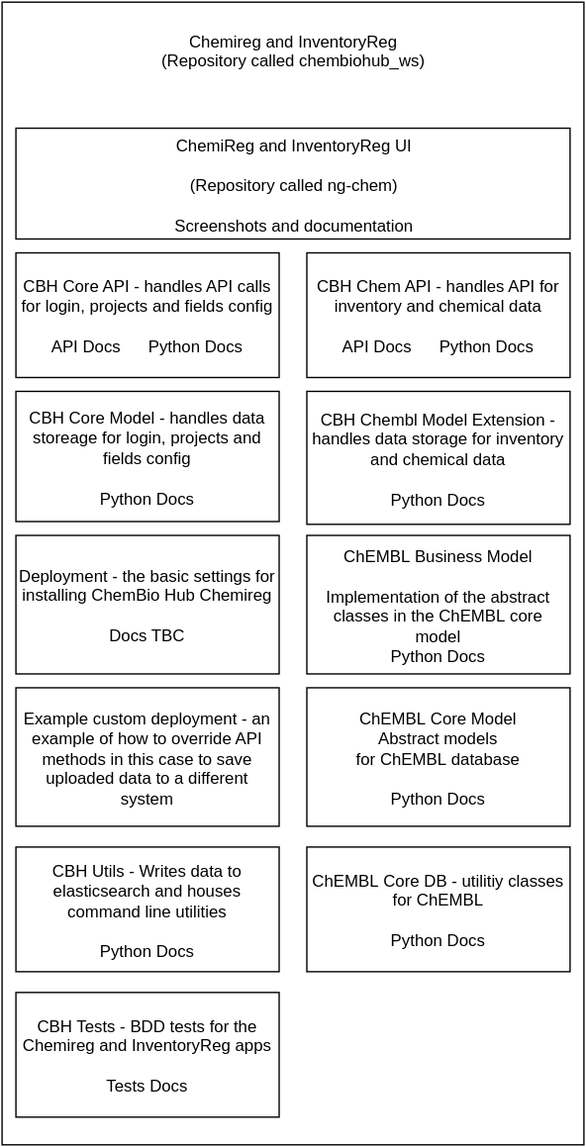
Before: assets/Chembiohub_ws.svg, a diagram exported from draw.io (ShowYourWorking/sample-site). Source tidied: cells renumbered, new cells last; positions are measured from the earlier drawing's top-left corner, leaving out a move shared by most shapes.
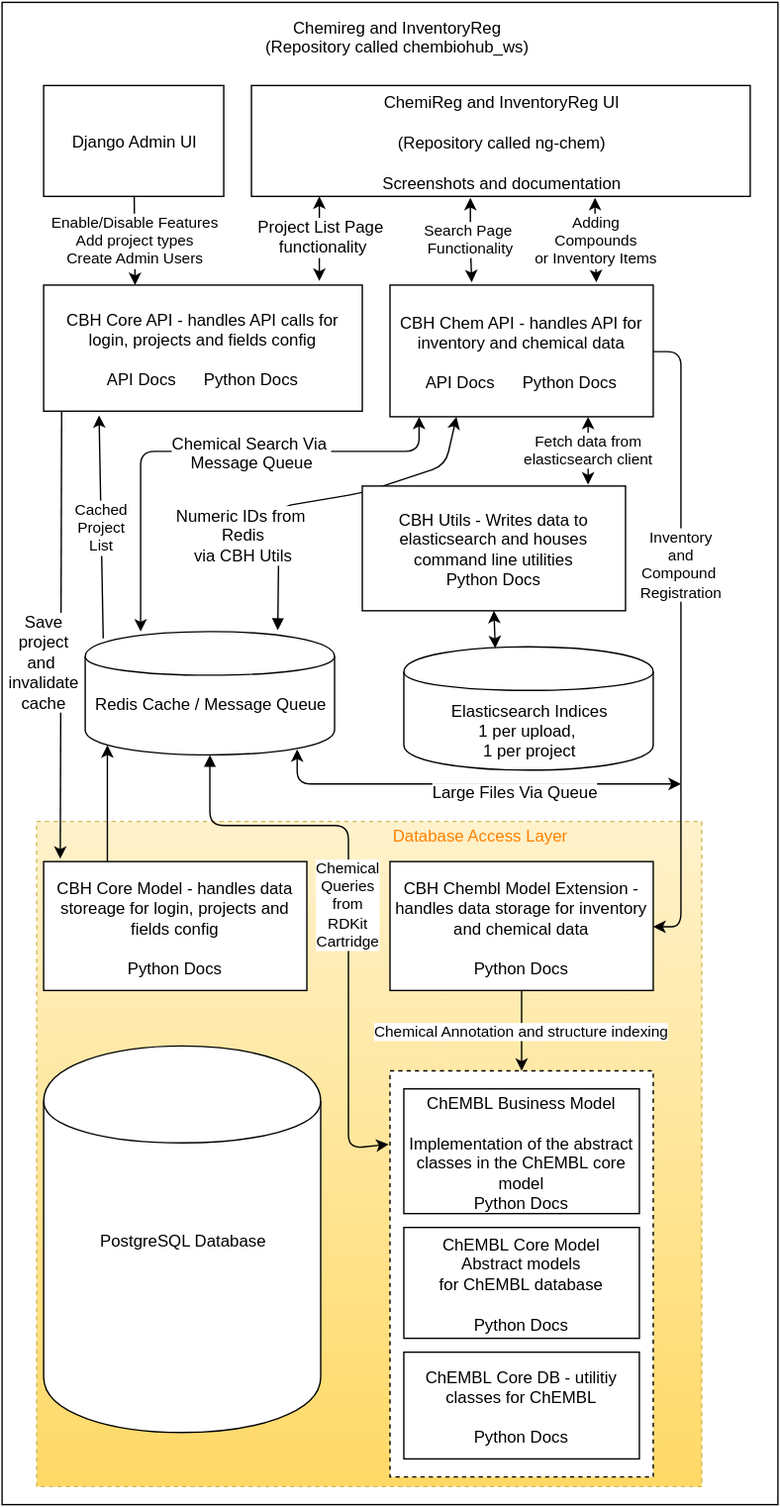
After the commit.

What changed in the source:
```diff
@@ -2,53 +2,206 @@
   <root>
     <mxCell id="0" />
     <mxCell id="1" parent="0" />
-    <mxCell id="2" value="&lt;div&gt;&lt;br&gt;&lt;/div&gt;&lt;div&gt;&lt;br&gt;&lt;/div&gt;&lt;div&gt;&lt;br&gt;&lt;/div&gt;&lt;div&gt;&lt;br&gt;&lt;/div&gt;&lt;div&gt;&lt;br&gt;&lt;/div&gt;&lt;div&gt;&lt;br&gt;&lt;/div&gt;&lt;div&gt;&lt;br&gt;&lt;/div&gt;&lt;div&gt;&lt;br&gt;&lt;/div&gt;&lt;div&gt;&lt;br&gt;&lt;/div&gt;&lt;div&gt;&lt;br&gt;&lt;/div&gt;&lt;div&gt;&lt;br&gt;&lt;/div&gt;&lt;div&gt;&lt;br&gt;&lt;/div&gt;&lt;div&gt;&lt;br&gt;&lt;/div&gt;&lt;div&gt;&lt;br&gt;&lt;/div&gt;&lt;div&gt;&lt;br&gt;&lt;/div&gt;&lt;div&gt;&lt;br&gt;&lt;/div&gt;&lt;div&gt;&lt;br&gt;&lt;/div&gt;&lt;div&gt;&lt;br&gt;&lt;/div&gt;&lt;div&gt;&lt;br&gt;&lt;/div&gt;&lt;div&gt;&lt;br&gt;&lt;/div&gt;&lt;div&gt;&lt;br&gt;&lt;/div&gt;&lt;div&gt;&lt;br&gt;&lt;/div&gt;&lt;div&gt;&lt;br&gt;&lt;/div&gt;&lt;div&gt;&lt;br&gt;&lt;/div&gt;&lt;div&gt;&lt;br&gt;&lt;/div&gt;&lt;div&gt;&lt;br&gt;&lt;/div&gt;&lt;div&gt;&lt;br&gt;&lt;/div&gt;&lt;div&gt;&lt;br&gt;&lt;/div&gt;&lt;div&gt;&lt;br&gt;&lt;/div&gt;&lt;div&gt;&lt;br&gt;&lt;/div&gt;" style="whiteSpace=wrap;html=1;" parent="1" vertex="1">
-      <mxGeometry width="420" height="825" as="geometry" />
-    </mxCell>
+    <mxCell id="17" value="&lt;div&gt;&lt;br&gt;&lt;/div&gt;&lt;div&gt;&lt;br&gt;&lt;/div&gt;&lt;div&gt;&lt;br&gt;&lt;/div&gt;&lt;div&gt;&lt;br&gt;&lt;/div&gt;&lt;div&gt;&lt;br&gt;&lt;/div&gt;&lt;div&gt;&lt;br&gt;&lt;/div&gt;&lt;div&gt;&lt;br&gt;&lt;/div&gt;&lt;div&gt;&lt;br&gt;&lt;/div&gt;&lt;div&gt;&lt;br&gt;&lt;/div&gt;&lt;div&gt;&lt;br&gt;&lt;/div&gt;&lt;div&gt;&lt;br&gt;&lt;/div&gt;&lt;div&gt;&lt;br&gt;&lt;/div&gt;&lt;div&gt;&lt;br&gt;&lt;/div&gt;&lt;div&gt;&lt;br&gt;&lt;/div&gt;&lt;div&gt;&lt;br&gt;&lt;/div&gt;&lt;div&gt;&lt;br&gt;&lt;/div&gt;&lt;div&gt;&lt;br&gt;&lt;/div&gt;&lt;div&gt;&lt;br&gt;&lt;/div&gt;&lt;div&gt;&lt;br&gt;&lt;/div&gt;&lt;div&gt;&lt;br&gt;&lt;/div&gt;&lt;div&gt;&lt;br&gt;&lt;/div&gt;&lt;div&gt;&lt;br&gt;&lt;/div&gt;&lt;div&gt;&lt;br&gt;&lt;/div&gt;&lt;div&gt;&lt;br&gt;&lt;/div&gt;&lt;div&gt;&lt;br&gt;&lt;/div&gt;&lt;div&gt;&lt;br&gt;&lt;/div&gt;&lt;div&gt;&lt;br&gt;&lt;/div&gt;&lt;div&gt;&lt;br&gt;&lt;/div&gt;&lt;div&gt;&lt;br&gt;&lt;/div&gt;&lt;div&gt;&lt;br&gt;&lt;/div&gt;" style="whiteSpace=wrap;html=1;" parent="1" vertex="1">
+      <mxGeometry x="-10" width="560" height="1084" as="geometry" />
+    </mxCell>
+    <mxCell id="18" style="whiteSpace=wrap;html=1;dashed=1;plain-yellow;" parent="1" vertex="1">
+      <mxGeometry x="15" y="591" width="480" height="480" as="geometry" />
+    </mxCell>
+    <mxCell id="19" style="whiteSpace=wrap;html=1;dashed=1;" parent="1" vertex="1">
+      <mxGeometry x="270" y="771" width="190" height="293" as="geometry" />
+    </mxCell>
     <mxCell id="3" value="ChemiReg and InventoryReg UI&lt;div&gt;&lt;br&gt;&lt;/div&gt;&lt;div&gt;(Repository called ng-chem)&lt;/div&gt;&lt;div&gt;&lt;br&gt;&lt;/div&gt;&lt;div style=&quot;text-align: left&quot;&gt;&lt;a href=&quot;http://showyourworking.github.io/docs/#/api&quot;&gt;Screenshots and documentation&lt;/a&gt;&lt;br&gt;&lt;/div&gt;" style="whiteSpace=wrap;html=1;" parent="1" vertex="1">
-      <mxGeometry x="10" y="91" width="400" height="80" as="geometry" />
+      <mxGeometry x="170" y="60" width="360" height="80" as="geometry" />
     </mxCell>
     <mxCell id="4" value="CBH Core API - handles API calls for login, projects and fields config&lt;div&gt;&lt;br&gt;&lt;/div&gt;&lt;div&gt;&lt;a href=&quot;https://github.com/thesgc/chembiohub_ws/wiki/Technical-guide#back-end-django-api-docs&quot; target=&quot;_blank&quot;&gt;API Docs&lt;/a&gt; &amp;nbsp; &amp;nbsp; &amp;nbsp;&lt;a href=&quot;http://showyourworking.github.io/docs/python/cbh_core_api&quot; target=&quot;_blank&quot;&gt;Python Docs&lt;/a&gt;&lt;/div&gt;" style="whiteSpace=wrap;html=1;" parent="1" vertex="1">
-      <mxGeometry x="10" y="181" width="190" height="90" as="geometry" />
+      <mxGeometry x="20" y="204" width="230" height="91" as="geometry" />
     </mxCell>
     <mxCell id="5" value="CBH Chem API - handles API for inventory and chemical data&lt;div&gt;&lt;br&gt;&lt;/div&gt;&lt;div&gt;&lt;a href=&quot;https://github.com/thesgc/chembiohub_ws/wiki/Technical-guide#back-end-django-api-docs&quot; target=&quot;_blank&quot;&gt;API Docs&lt;/a&gt; &amp;nbsp; &amp;nbsp; &amp;nbsp;&lt;a href=&quot;http://showyourworking.github.io/docs/python/cbh_chem_api&quot; target=&quot;_blank&quot;&gt;Python Docs&lt;/a&gt;&lt;/div&gt;" style="whiteSpace=wrap;html=1;" parent="1" vertex="1">
-      <mxGeometry x="220" y="181" width="190" height="90" as="geometry" />
+      <mxGeometry x="270" y="204" width="190" height="95" as="geometry" />
     </mxCell>
     <mxCell id="6" value="CBH Core Model - handles data storeage for login, projects and fields config&lt;div&gt;&lt;br&gt;&lt;/div&gt;&lt;div&gt;&lt;a href=&quot;http://showyourworking.github.io/docs/python/cbh_core_model&quot; target=&quot;_blank&quot;&gt;Python Docs&lt;/a&gt;&lt;/div&gt;" style="whiteSpace=wrap;html=1;" parent="1" vertex="1">
-      <mxGeometry x="10" y="281" width="190" height="94" as="geometry" />
+      <mxGeometry x="20" y="620" width="190" height="93" as="geometry" />
     </mxCell>
     <mxCell id="7" value="CBH Chembl Model Extension - handles data storage&amp;nbsp;&lt;span&gt;for inventory and chemical data&lt;/span&gt;&lt;div&gt;&lt;span&gt;&lt;br&gt;&lt;/span&gt;&lt;/div&gt;&lt;div&gt;&lt;span&gt;&lt;a href=&quot;http://showyourworking.github.io/docs/python/cbh_chembl_model_extension&quot; target=&quot;_blank&quot;&gt;Python Docs&lt;/a&gt;&lt;/span&gt;&lt;/div&gt;" style="whiteSpace=wrap;html=1;" parent="1" vertex="1">
-      <mxGeometry x="220" y="281" width="190" height="96" as="geometry" />
+      <mxGeometry x="270" y="620" width="190" height="93" as="geometry" />
     </mxCell>
-    <mxCell id="8" value="Deployment - the basic settings for installing ChemBio Hub Chemireg&lt;div&gt;&lt;br&gt;&lt;/div&gt;&lt;div&gt;Docs TBC&lt;/div&gt;" style="whiteSpace=wrap;html=1;" parent="1" vertex="1">
-      <mxGeometry x="10" y="385" width="190" height="100" as="geometry" />
-    </mxCell>
-    <mxCell id="9" value="Example custom deployment - an example of how to override API methods in this case to save uploaded data to a different system" style="whiteSpace=wrap;html=1;" parent="1" vertex="1">
-      <mxGeometry x="10" y="495" width="190" height="100" as="geometry" />
-    </mxCell>
     <mxCell id="10" value="&lt;div&gt;Chemireg and InventoryReg&lt;/div&gt;&lt;div&gt;(Repository called chembiohub_ws)&lt;/div&gt;" style="text;html=1;strokeColor=none;fillColor=none;align=center;verticalAlign=middle;whiteSpace=wrap;overflow=hidden;" parent="1" vertex="1">
-      <mxGeometry x="20" y="10" width="380" height="50" as="geometry" />
+      <mxGeometry x="85" width="380" height="50" as="geometry" />
     </mxCell>
-    <mxCell id="11" value="CBH Tests - BDD tests for the Chemireg and InventoryReg apps&lt;div&gt;&lt;br&gt;&lt;/div&gt;&lt;div&gt;&lt;a href=&quot;https://github.com/thesgc/chembiohub_ws/wiki/Testing-and-Continuous-Integration&quot; target=&quot;_blank&quot;&gt;Tests Docs&lt;/a&gt;&lt;/div&gt;" style="whiteSpace=wrap;html=1;" parent="1" vertex="1">
-      <mxGeometry x="10" y="715" width="190" height="90" as="geometry" />
-    </mxCell>
-    <mxCell id="12" style="edgeStyle=orthogonalEdgeStyle;rounded=0;html=1;exitX=0.5;exitY=1;jettySize=auto;orthogonalLoop=1;" parent="1" edge="1">
-      <mxGeometry relative="1" as="geometry">
-        <mxPoint x="315" y="438" as="sourcePoint" />
-        <mxPoint x="315" y="438" as="targetPoint" />
-      </mxGeometry>
-    </mxCell>
+    <mxCell id="20" style="edgeStyle=orthogonalEdgeStyle;rounded=0;html=1;exitX=0.5;exitY=1;jettySize=auto;orthogonalLoop=1;" parent="1" edge="1">
+      <mxGeometry x="345" y="837" as="geometry">
+        <mxPoint x="315" y="821" as="sourcePoint" />
+        <mxPoint x="315" y="821" as="targetPoint" />
+      </mxGeometry>
+    </mxCell>
     <mxCell id="13" value="&lt;span&gt;ChEMBL&lt;/span&gt;&amp;nbsp;Business Model&lt;div&gt;&lt;br&gt;&lt;/div&gt;&lt;div&gt;Implementation of the abstract classes in the&amp;nbsp;&lt;span&gt;ChEMBL&lt;/span&gt;&amp;nbsp;core model&lt;/div&gt;&lt;div&gt;&lt;a href=&quot;http://showyourworking.github.io/docs/python/chembl_business_model&quot; target=&quot;_blank&quot;&gt;Python Docs&lt;/a&gt;&lt;/div&gt;" style="whiteSpace=wrap;html=1;" parent="1" vertex="1">
-      <mxGeometry x="220" y="385" width="190" height="100" as="geometry" />
+      <mxGeometry x="280" y="784" width="170" height="90" as="geometry" />
     </mxCell>
-    <mxCell id="14" value="CBH Utils - Writes data to elasticsearch and houses command line utilities&lt;div&gt;&lt;br&gt;&lt;/div&gt;&lt;div&gt;&lt;a href=&quot;http://showyourworking.github.io/docs/python/cbh_utils/&quot; target=&quot;_blank&quot;&gt;Python Docs&lt;/a&gt;&lt;/div&gt;" style="whiteSpace=wrap;html=1;" parent="1" vertex="1">
-      <mxGeometry x="10" y="610" width="190" height="90" as="geometry" />
-    </mxCell>
     <mxCell id="15" value="&lt;span&gt;ChEMBL&lt;/span&gt;&amp;nbsp;Core Model&lt;div&gt;Abstract models for&amp;nbsp;&lt;span&gt;ChEMBL&lt;/span&gt;&amp;nbsp;database&lt;/div&gt;&lt;div&gt;&lt;br&gt;&lt;/div&gt;&lt;div&gt;&lt;a href=&quot;http://showyourworking.github.io/docs/python/chembl_core_model&quot; target=&quot;_blank&quot;&gt;Python Docs&lt;/a&gt;&lt;/div&gt;" style="whiteSpace=wrap;html=1;" parent="1" vertex="1">
-      <mxGeometry x="220" y="495" width="190" height="100" as="geometry" />
+      <mxGeometry x="280" y="884" width="170" height="80" as="geometry" />
     </mxCell>
     <mxCell id="16" value="&lt;span&gt;ChEMBL&lt;/span&gt;&amp;nbsp;Core DB - utilitiy classes for ChEMBL&lt;div&gt;&lt;br&gt;&lt;/div&gt;&lt;div&gt;&lt;a href=&quot;http://showyourworking.github.io/docs/python/chembl_core_db&quot; target=&quot;_blank&quot;&gt;Python Docs&lt;/a&gt;&lt;/div&gt;" style="whiteSpace=wrap;html=1;" parent="1" vertex="1">
-      <mxGeometry x="220" y="610" width="190" height="90" as="geometry" />
+      <mxGeometry x="280" y="974" width="170" height="77" as="geometry" />
     </mxCell>
+    <mxCell id="21" value="&lt;div&gt;&lt;br&gt;&lt;/div&gt;&lt;div&gt;&lt;br&gt;&lt;/div&gt;&lt;div&gt;&lt;span style=&quot;line-height: 1.2&quot;&gt;Elasticsearch Indices&lt;/span&gt;&lt;br&gt;&lt;/div&gt;&lt;div&gt;&lt;div&gt;1 per upload,&amp;nbsp;&lt;/div&gt;&lt;div&gt;1 per project&lt;/div&gt;&lt;/div&gt;" style="shape=cylinder;whiteSpace=wrap;html=1;" parent="1" vertex="1">
+      <mxGeometry x="280" y="465" width="180" height="89" as="geometry" />
+    </mxCell>
+    <mxCell id="22" value="&lt;div&gt;PostgreSQL Database&lt;/div&gt;" style="shape=cylinder;whiteSpace=wrap;html=1;" parent="1" vertex="1">
+      <mxGeometry x="20" y="753" width="200" height="279" as="geometry" />
+    </mxCell>
+    <mxCell id="23" style="endArrow=classic;startArrow=classic;html=1;entryX=0.111;entryY=1;entryPerimeter=0;" parent="1" edge="1" target="5">
+      <mxGeometry x="120" y="315" as="geometry">
+        <mxPoint x="90" y="454" as="sourcePoint" />
+        <Array as="points">
+          <mxPoint x="90" y="324" />
+          <mxPoint x="291" y="324" />
+        </Array>
+      </mxGeometry>
+    </mxCell>
+    <mxCell id="24" value="Chemical Search Via&amp;nbsp;&lt;div&gt;Message Queue&lt;/div&gt;" style="text;html=1;align=center;verticalAlign=middle;labelBackgroundColor=#ffffff;" parent="23" vertex="1">
+      <mxGeometry x="-0.29" y="-62" relative="1" as="geometry">
+        <mxPoint x="18" y="-4" as="offset" />
+      </mxGeometry>
+    </mxCell>
+    <mxCell id="25" value="Chemical Search Via&amp;nbsp;&lt;div&gt;Message Queue&lt;/div&gt;" style="text;html=1;align=center;verticalAlign=middle;labelBackgroundColor=#ffffff;" parent="1" vertex="1">
+      <mxGeometry x="170" y="324" as="geometry">
+        <mxPoint x="18" y="-4" as="offset" />
+      </mxGeometry>
+    </mxCell>
+    <mxCell id="26" value="Inventory&lt;div&gt;and&lt;/div&gt;&lt;div&gt;Compound&amp;nbsp;&lt;div&gt;Registration&lt;/div&gt;&lt;/div&gt;" style="endArrow=classic;html=1;entryX=1;entryY=0.5;" parent="1" edge="1" target="7">
+      <mxGeometry x="490" y="268" as="geometry">
+        <mxPoint x="460" y="252" as="sourcePoint" />
+        <Array as="points">
+          <mxPoint x="480" y="252" />
+          <mxPoint x="480" y="667" />
+        </Array>
+      </mxGeometry>
+    </mxCell>
+    <mxCell id="27" value="Chemical Annotation and structure indexing" style="endArrow=classic;html=1;exitX=0.5;exitY=1;entryX=0.5;entryY=0;" parent="1" edge="1" source="7" target="19">
+      <mxGeometry x="395" y="729" as="geometry" />
+    </mxCell>
+    <mxCell id="28" value="&lt;font color=&quot;#ff8000&quot;&gt;Database Access Layer&lt;/font&gt;" style="text;html=1;strokeColor=none;fillColor=none;align=center;verticalAlign=middle;whiteSpace=wrap;overflow=hidden;dashed=1;" parent="1" vertex="1">
+      <mxGeometry x="250" y="591" width="170" height="20" as="geometry" />
+    </mxCell>
+    <mxCell id="29" value="&lt;div style=&quot;text-align: left&quot;&gt;Django Admin UI&lt;/div&gt;" style="whiteSpace=wrap;html=1;" parent="1" vertex="1">
+      <mxGeometry x="20" y="60" width="130" height="80" as="geometry" />
+    </mxCell>
+    <mxCell id="30" value="Enable/Disable Features&lt;div&gt;Add project types&lt;/div&gt;&lt;div&gt;Create Admin Users&lt;/div&gt;" style="endArrow=classic;html=1;entryX=0.287;entryY=0;entryPerimeter=0;" parent="1" edge="1" source="29" target="4">
+      <mxGeometry x="115.4" y="156" as="geometry" />
+    </mxCell>
+    <mxCell id="31" style="endArrow=classic;startArrow=classic;html=1;" parent="1" edge="1">
+      <mxGeometry x="249" y="156" as="geometry">
+        <mxPoint x="219" y="201" as="sourcePoint" />
+        <mxPoint x="219" y="140" as="targetPoint" />
+      </mxGeometry>
+    </mxCell>
+    <mxCell id="32" value="Project List Page&amp;nbsp;&lt;div&gt;functionality&lt;/div&gt;" style="text;html=1;align=center;verticalAlign=middle;labelBackgroundColor=#ffffff;" parent="31" vertex="1">
+      <mxGeometry x="0.08" y="-2" relative="1" as="geometry" />
+    </mxCell>
+    <mxCell id="33" value="Project List Page&amp;nbsp;&lt;div&gt;functionality&lt;/div&gt;" style="text;html=1;align=center;verticalAlign=middle;labelBackgroundColor=#ffffff;" parent="1" vertex="1">
+      <mxGeometry x="221" y="168" as="geometry" />
+    </mxCell>
+    <mxCell id="34" value="Search Page&amp;nbsp;&lt;div&gt;Functionality&lt;/div&gt;" style="endArrow=classic;startArrow=classic;html=1;entryX=0.525;entryY=1.013;entryPerimeter=0;" parent="1" edge="1">
+      <mxGeometry x="358" y="157" as="geometry">
+        <mxPoint x="329" y="202" as="sourcePoint" />
+        <mxPoint x="328" y="141" as="targetPoint" />
+        <Array as="points">
+          <mxPoint x="328" y="174" />
+        </Array>
+      </mxGeometry>
+    </mxCell>
+    <mxCell id="35" value="Chemical&lt;div&gt;Queries&lt;/div&gt;&lt;div&gt;from&lt;/div&gt;&lt;div&gt;RDKit&lt;/div&gt;&lt;div&gt;Cartridge&lt;/div&gt;" style="endArrow=classic;html=1;exitX=0.5;exitY=1;startArrow=block;startFill=1;" parent="1" edge="1" source="42">
+      <mxGeometry x="170" y="559" as="geometry">
+        <mxPoint x="269" y="824" as="targetPoint" />
+        <Array as="points">
+          <mxPoint x="140" y="594" />
+          <mxPoint x="240" y="594" />
+          <mxPoint x="240" y="704" />
+          <mxPoint x="240" y="827" />
+        </Array>
+      </mxGeometry>
+    </mxCell>
+    <mxCell id="36" style="endArrow=classic;startArrow=classic;html=1;exitX=0.85;exitY=0.95;exitPerimeter=0;" parent="1" edge="1" source="42">
+      <mxGeometry x="233" y="555" as="geometry">
+        <mxPoint x="480" y="564" as="targetPoint" />
+        <Array as="points">
+          <mxPoint x="203" y="564" />
+        </Array>
+      </mxGeometry>
+    </mxCell>
+    <mxCell id="37" value="Large Files Via Queue" style="text;html=1;align=center;verticalAlign=middle;labelBackgroundColor=#ffffff;" parent="36" vertex="1">
+      <mxGeometry x="0.27" y="-2" relative="1" as="geometry">
+        <mxPoint x="-10" y="3" as="offset" />
+      </mxGeometry>
+    </mxCell>
+    <mxCell id="38" value="Large Files Via Queue" style="text;html=1;align=center;verticalAlign=middle;labelBackgroundColor=#ffffff;" parent="1" vertex="1">
+      <mxGeometry x="360" y="569" as="geometry">
+        <mxPoint x="-10" y="3" as="offset" />
+      </mxGeometry>
+    </mxCell>
+    <mxCell id="39" style="endArrow=classic;html=1;entryX=0.25;entryY=1;exitX=0.772;exitY=-0.011;exitPerimeter=0;startArrow=block;startFill=1;" parent="1" edge="1" source="42" target="5">
+      <mxGeometry x="219" y="315" as="geometry">
+        <Array as="points">
+          <mxPoint x="190" y="364" />
+          <mxPoint x="250" y="354" />
+          <mxPoint x="310" y="334" />
+        </Array>
+      </mxGeometry>
+    </mxCell>
+    <mxCell id="40" value="&lt;span&gt;Numeric IDs from&amp;nbsp;&lt;/span&gt;&lt;div&gt;&lt;span&gt;Redis&lt;/span&gt;&lt;/div&gt;&lt;div&gt;&lt;span&gt;via CBH Utils&lt;/span&gt;&lt;/div&gt;" style="text;html=1;align=center;verticalAlign=middle;labelBackgroundColor=#ffffff;" parent="39" vertex="1">
+      <mxGeometry x="-0.03" y="-3" relative="1" as="geometry">
+        <mxPoint x="-58" y="22" as="offset" />
+      </mxGeometry>
+    </mxCell>
+    <mxCell id="41" value="&lt;span&gt;Numeric IDs from&amp;nbsp;&lt;/span&gt;&lt;div&gt;&lt;span&gt;Redis&lt;/span&gt;&lt;/div&gt;&lt;div&gt;&lt;span&gt;via CBH Utils&lt;/span&gt;&lt;/div&gt;" style="text;html=1;align=center;verticalAlign=middle;labelBackgroundColor=#ffffff;" parent="1" vertex="1">
+      <mxGeometry x="164.1" y="383.7" as="geometry">
+        <mxPoint x="-58" y="22" as="offset" />
+      </mxGeometry>
+    </mxCell>
+    <mxCell id="14" value="CBH Utils - Writes data to elasticsearch and houses command line utilities&lt;div&gt;&lt;a href=&quot;http://showyourworking.github.io/docs/python/cbh_utils/&quot; target=&quot;_blank&quot;&gt;Python Docs&lt;/a&gt;&lt;/div&gt;" style="whiteSpace=wrap;html=1;" parent="1" vertex="1">
+      <mxGeometry x="250" y="349" width="190" height="90" as="geometry" />
+    </mxCell>
+    <mxCell id="42" value="&lt;div&gt;&lt;br&gt;&lt;/div&gt;&lt;div&gt;Redis Cache / Message Queue&lt;/div&gt;" style="shape=cylinder;whiteSpace=wrap;html=1;" parent="1" vertex="1">
+      <mxGeometry x="50" y="454" width="180" height="89" as="geometry" />
+    </mxCell>
+    <mxCell id="43" style="endArrow=classic;html=1;entryX=0.089;entryY=0.921;entryPerimeter=0;" parent="1" edge="1" target="42">
+      <mxGeometry x="96" y="552" as="geometry">
+        <mxPoint x="66" y="620" as="sourcePoint" />
+      </mxGeometry>
+    </mxCell>
+    <mxCell id="44" value="Cached&lt;div&gt;Project&lt;/div&gt;&lt;div&gt;List&lt;/div&gt;" style="endArrow=classic;html=1;exitX=0.072;exitY=0.056;exitPerimeter=0;" parent="1" edge="1" source="42">
+      <mxGeometry x="106" y="562" as="geometry">
+        <mxPoint x="60" y="298" as="targetPoint" />
+      </mxGeometry>
+    </mxCell>
+    <mxCell id="45" style="endArrow=classic;html=1;exitX=0.057;exitY=1;exitPerimeter=0;entryX=0.063;entryY=-0.022;entryPerimeter=0;" parent="1" edge="1" source="4" target="6">
+      <mxGeometry x="62" y="311" as="geometry" />
+    </mxCell>
+    <mxCell id="46" value="Save&lt;div&gt;project&lt;/div&gt;&lt;div&gt;and&amp;nbsp;&lt;/div&gt;&lt;div&gt;invalidate&lt;/div&gt;&lt;div&gt;cache&lt;/div&gt;" style="text;html=1;align=center;verticalAlign=middle;labelBackgroundColor=#ffffff;" parent="45" vertex="1">
+      <mxGeometry x="0.08" y="1" relative="1" as="geometry">
+        <mxPoint x="-13" y="4" as="offset" />
+      </mxGeometry>
+    </mxCell>
+    <mxCell id="47" value="Save&lt;div&gt;project&lt;/div&gt;&lt;div&gt;and&amp;nbsp;&lt;/div&gt;&lt;div&gt;invalidate&lt;/div&gt;&lt;div&gt;cache&lt;/div&gt;" style="text;html=1;align=center;verticalAlign=middle;labelBackgroundColor=#ffffff;" parent="1" vertex="1">
+      <mxGeometry x="20.5" y="474" as="geometry">
+        <mxPoint x="-13" y="4" as="offset" />
+      </mxGeometry>
+    </mxCell>
+    <mxCell id="48" value="Adding&lt;div&gt;Compounds&lt;/div&gt;&lt;div&gt;or Inventory Items&lt;/div&gt;" style="endArrow=classic;startArrow=classic;html=1;entryX=0.525;entryY=1.013;entryPerimeter=0;" parent="1" edge="1">
+      <mxGeometry x="448" y="157" as="geometry">
+        <mxPoint x="419" y="202" as="sourcePoint" />
+        <mxPoint x="418" y="141" as="targetPoint" />
+        <Array as="points">
+          <mxPoint x="418" y="174" />
+        </Array>
+      </mxGeometry>
+    </mxCell>
+    <mxCell id="49" value="Fetch data from&lt;div&gt;elasticsearch client&lt;/div&gt;" style="endArrow=classic;startArrow=classic;html=1;entryX=0.75;entryY=1;exitX=0.858;exitY=-0.011;exitPerimeter=0;" parent="1" edge="1" source="14" target="5">
+      <mxGeometry x="443" y="315" as="geometry" />
+    </mxCell>
+    <mxCell id="50" style="endArrow=classic;startArrow=classic;html=1;entryX=0.5;entryY=1;exitX=0.367;exitY=0.011;exitPerimeter=0;" parent="1" edge="1" source="21" target="14">
+      <mxGeometry x="375" y="455" as="geometry" />
+    </mxCell>
   </root>
 </mxGraphModel>
```
